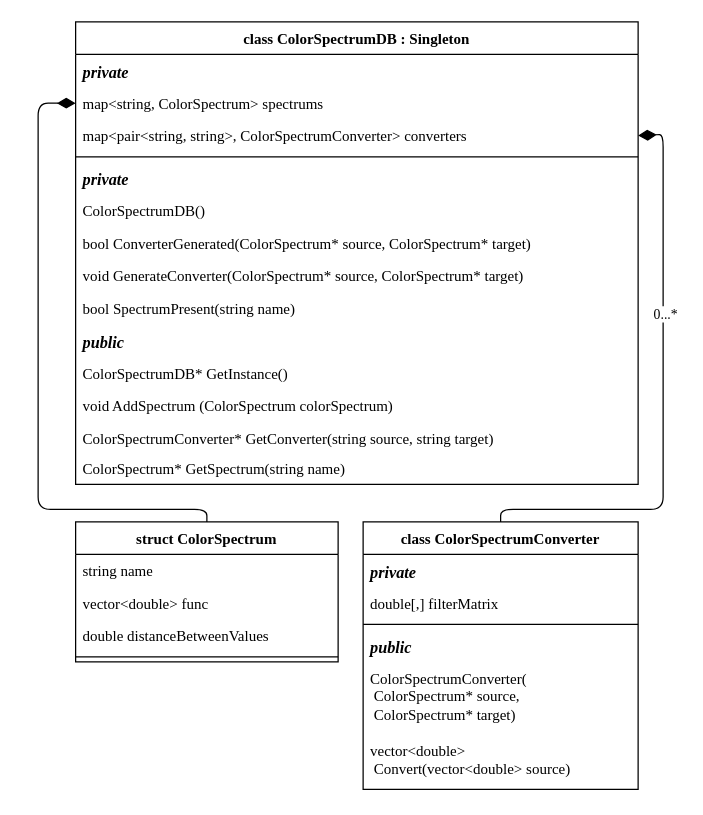
The draw.io diagram page "ColorSpectrum" (4 of 9) of Docs/Class diagrams.drawio in SpatiumOwl/ComplexSky-2.0, before the edit. Source tidied: cells renumbered, new cells numbered last; positions are measured from the earlier drawing's top-left corner, leaving out a move shared by most shapes. Both pictures are drawn from the tidied source at 125%, with x=0, y=0 at pixel (38, 21).
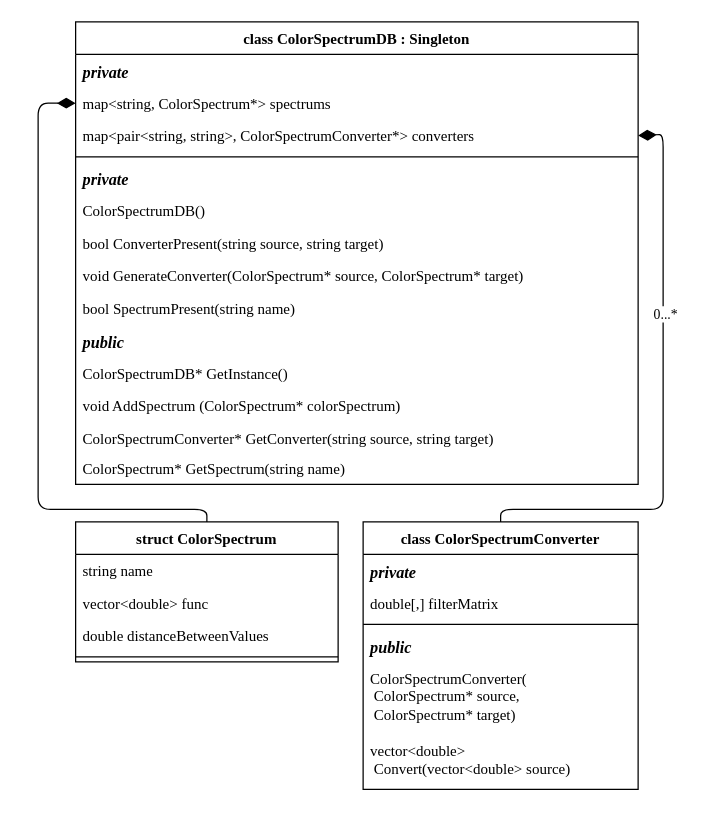
The same diagram, later.

The change refers to these unchanged cells:
```xml
<mxCell id="14" value="class ColorSpectrumDB : Singleton" style="swimlane;fontStyle=1;align=center;verticalAlign=top;horizontal=1;startSize=26;whiteSpace=wrap;html=1;fontFamily=Times New Roman;" parent="1" vertex="1">
  <mxGeometry x="30" width="450" height="370" as="geometry" />
</mxCell>
```

The edit, as a diff of the source:
```diff
@@
-    <mxCell id="16" value="map&amp;lt;string, ColorSpectrum&amp;gt; spectrums" style="text;strokeColor=none;fillColor=none;align=left;verticalAlign=top;spacingLeft=4;spacingRight=4;overflow=hidden;points=[[0,0.5],[1,0.5]];portConstraint=eastwest;whiteSpace=wrap;html=1;fontFamily=Times New Roman;" parent="14" vertex="1">
+    <mxCell id="16" value="map&amp;lt;string, ColorSpectrum*&amp;gt; spectrums" style="text;strokeColor=none;fillColor=none;align=left;verticalAlign=top;spacingLeft=4;spacingRight=4;overflow=hidden;points=[[0,0.5],[1,0.5]];portConstraint=eastwest;whiteSpace=wrap;html=1;fontFamily=Times New Roman;" parent="14" vertex="1">
       <mxGeometry y="52" width="450" height="26" as="geometry" />
     </mxCell>
-    <mxCell id="17" value="map&amp;lt;pair&amp;lt;string, string&amp;gt;, ColorSpectrumConverter&amp;gt; converters" style="text;strokeColor=none;fillColor=none;align=left;verticalAlign=top;spacingLeft=4;spacingRight=4;overflow=hidden;points=[[0,0.5],[1,0.5]];portConstraint=eastwest;whiteSpace=wrap;html=1;fontFamily=Times New Roman;" parent="14" vertex="1">
+    <mxCell id="17" value="map&amp;lt;pair&amp;lt;string, string&amp;gt;, ColorSpectrumConverter*&amp;gt; converters" style="text;strokeColor=none;fillColor=none;align=left;verticalAlign=top;spacingLeft=4;spacingRight=4;overflow=hidden;points=[[0,0.5],[1,0.5]];portConstraint=eastwest;whiteSpace=wrap;html=1;fontFamily=Times New Roman;" parent="14" vertex="1">
       <mxGeometry y="78" width="450" height="26" as="geometry" />
     </mxCell>
@@
-    <mxCell id="21" value="bool ConverterGenerated(ColorSpectrum* source, ColorSpectrum* target)" style="text;strokeColor=none;fillColor=none;align=left;verticalAlign=top;spacingLeft=4;spacingRight=4;overflow=hidden;whiteSpace=wrap;html=1;fontFamily=Times New Roman;" parent="14" vertex="1">
+    <mxCell id="21" value="bool ConverterPresent(string source, string target)" style="text;strokeColor=none;fillColor=none;align=left;verticalAlign=top;spacingLeft=4;spacingRight=4;overflow=hidden;whiteSpace=wrap;html=1;fontFamily=Times New Roman;" parent="14" vertex="1">
       <mxGeometry y="164" width="450" height="26" as="geometry" />
     </mxCell>
@@
-    <mxCell id="26" value="void AddSpectrum (ColorSpectrum colorSpectrum)" style="text;strokeColor=none;fillColor=none;align=left;verticalAlign=top;spacingLeft=4;spacingRight=4;overflow=hidden;whiteSpace=wrap;html=1;fontFamily=Times New Roman;" parent="14" vertex="1">
+    <mxCell id="26" value="void AddSpectrum (ColorSpectrum* colorSpectrum)" style="text;strokeColor=none;fillColor=none;align=left;verticalAlign=top;spacingLeft=4;spacingRight=4;overflow=hidden;whiteSpace=wrap;html=1;fontFamily=Times New Roman;" parent="14" vertex="1">
       <mxGeometry y="294" width="450" height="26" as="geometry" />
     </mxCell>
```
